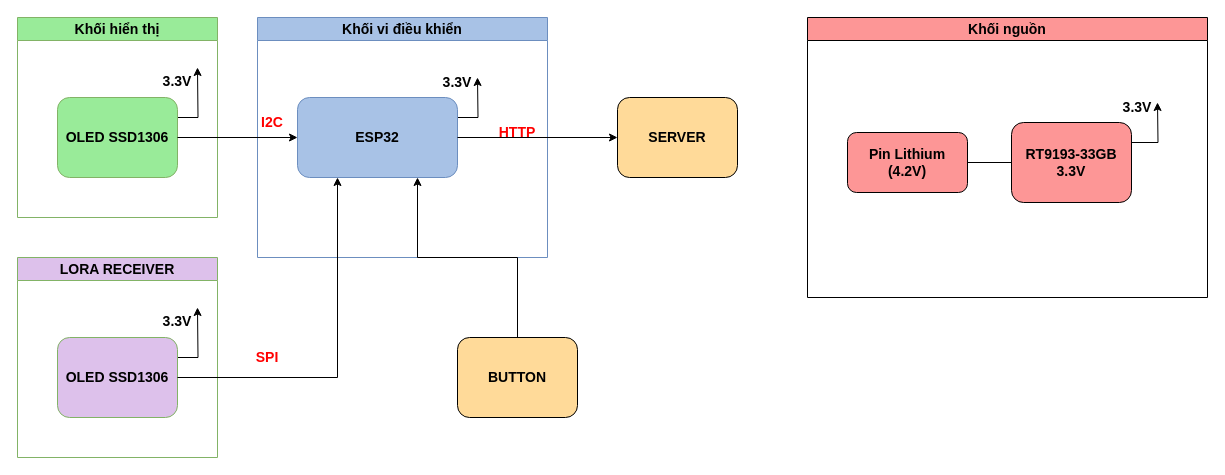
Before: Image/Sơ đồ khối/Sơ đồ khối chi tiết - Master.drawio in tuanthanhhh/Weather_Monitoring_Station_System, a draw.io diagram. Source tidied: cells renumbered, new cells numbered last; positions are measured from the earlier drawing's top-left corner, leaving out a move shared by most shapes. Both pictures are drawn from the tidied source at 100%, with x=0, y=0 at pixel (17, 17).
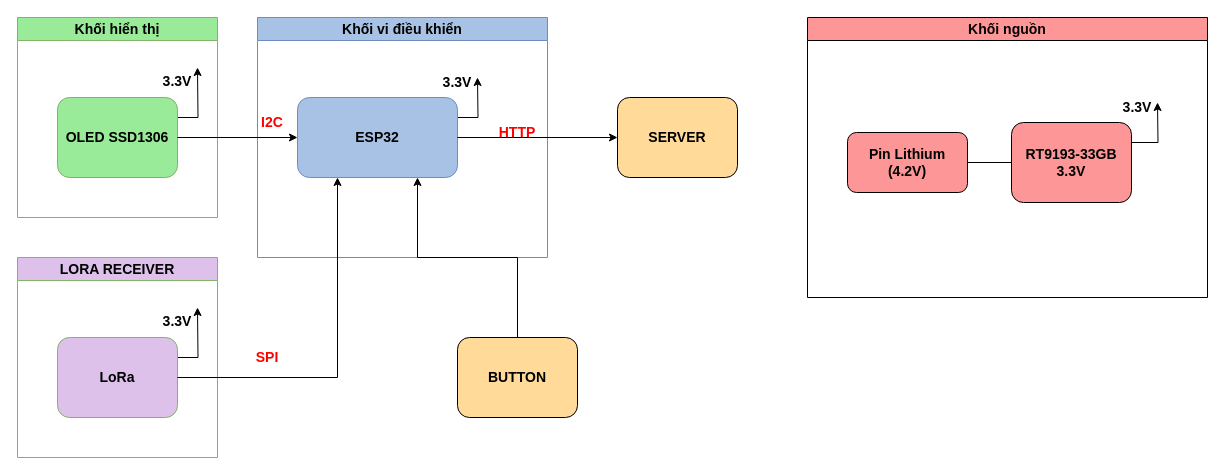
After the change.

Unchanged cells that the change refers to:
```xml
<mxCell id="24" value="LORA RECEIVER" style="swimlane;whiteSpace=wrap;html=1;fontStyle=1;fontSize=14;fillColor=#DDC1EB;strokeColor=#82b366;" parent="1" vertex="1">
  <mxGeometry y="240" width="200" height="200" as="geometry" />
</mxCell>
```

What changed in the source:
```diff
@@
-    <mxCell id="26" value="OLED SSD1306" style="rounded=1;whiteSpace=wrap;html=1;fontStyle=1;fontSize=14;fillColor=#DDC1EB;strokeColor=#82b366;" parent="24" vertex="1">
+    <mxCell id="26" value="LoRa" style="rounded=1;whiteSpace=wrap;html=1;fontStyle=1;fontSize=14;fillColor=#DDC1EB;strokeColor=#82b366;" parent="24" vertex="1">
       <mxGeometry x="40" y="80" width="120" height="80" as="geometry" />
     </mxCell>
```
